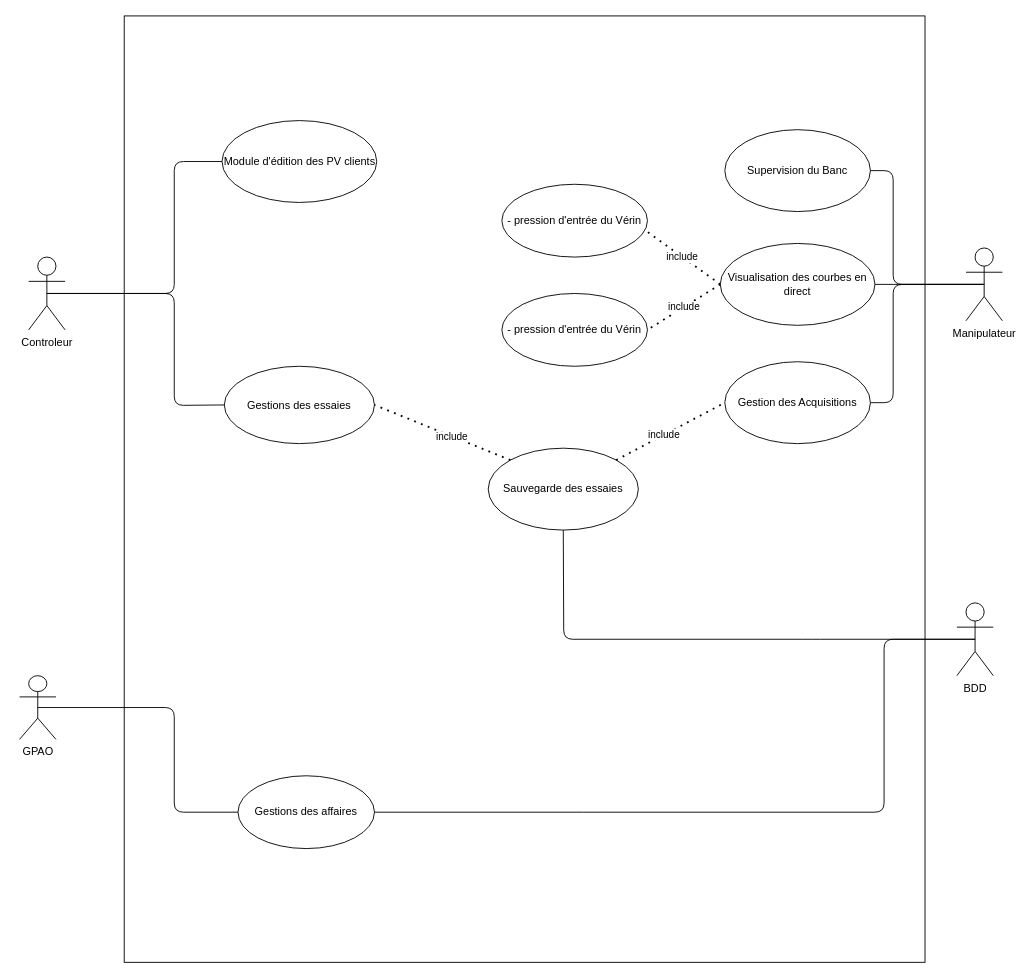
Above: Analyse/diagrammeDUtilisation.drawio in MRCThomas/testDeVerinSurBancHydraulique (draw.io), before the change. Source tidied: cells renumbered, new cells numbered last; positions are measured from the earlier drawing's top-left corner, leaving out a move shared by most shapes. Both pictures are drawn from the tidied source at 91%, with x=0, y=0 at pixel (19, 15).
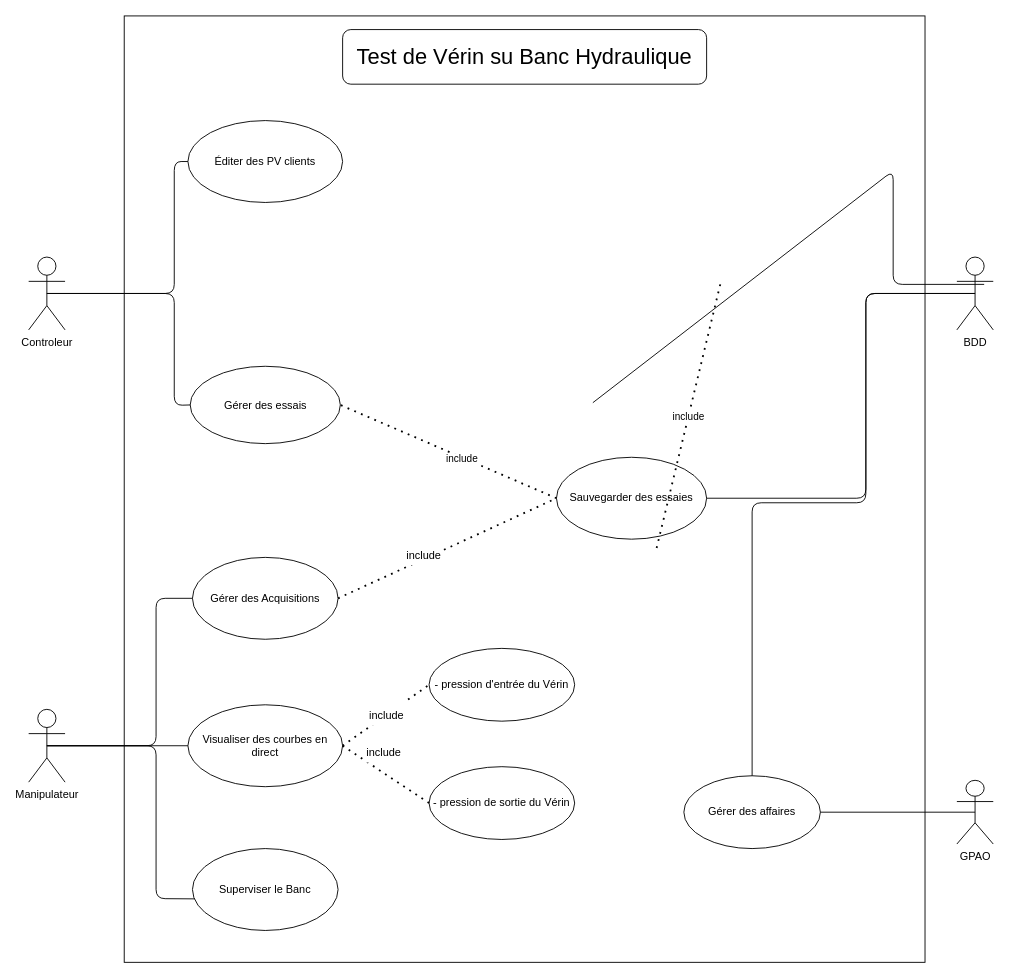
Above is the later version.

Diff of the diagram source:
```diff
@@
     <mxCell id="4" value="GPAO" style="shape=umlActor;verticalLabelPosition=bottom;verticalAlign=top;html=1;outlineConnect=0;" parent="1" vertex="1">
-      <mxGeometry y="725" width="40" height="70" as="geometry" />
+      <mxGeometry x="1030" y="840" width="40" height="70" as="geometry" />
     </mxCell>
     <mxCell id="5" value="BDD&lt;br&gt;" style="shape=umlActor;verticalLabelPosition=bottom;verticalAlign=top;html=1;outlineConnect=0;" parent="1" vertex="1">
-      <mxGeometry x="1030" y="645" width="40" height="80" as="geometry" />
+      <mxGeometry x="1030" y="265" width="40" height="80" as="geometry" />
     </mxCell>
-    <mxCell id="6" value="Supervision du Banc" style="ellipse;whiteSpace=wrap;html=1;" parent="1" vertex="1">
-      <mxGeometry x="775" y="125" width="160" height="90" as="geometry" />
-    </mxCell>
-    <mxCell id="7" value="Visualisation des courbes en direct" style="ellipse;whiteSpace=wrap;html=1;" parent="1" vertex="1">
-      <mxGeometry x="770" y="250" width="170" height="90" as="geometry" />
-    </mxCell>
-    <mxCell id="8" value="Gestions des essaies" style="ellipse;whiteSpace=wrap;html=1;" parent="1" vertex="1">
-      <mxGeometry x="225" y="385" width="165" height="85" as="geometry" />
+    <mxCell id="8" value="Gérer des essais" style="ellipse;whiteSpace=wrap;html=1;" parent="1" vertex="1">
+      <mxGeometry x="187.5" y="385" width="165" height="85" as="geometry" />
     </mxCell>
-    <mxCell id="9" value="Gestions des affaires" style="ellipse;whiteSpace=wrap;html=1;" parent="1" vertex="1">
-      <mxGeometry x="240" y="835" width="150" height="80" as="geometry" />
+    <mxCell id="9" value="Gérer des affaires" style="ellipse;whiteSpace=wrap;html=1;" parent="1" vertex="1">
+      <mxGeometry x="730" y="835" width="150" height="80" as="geometry" />
     </mxCell>
-    <mxCell id="10" value="Gestion des Acquisitions" style="ellipse;whiteSpace=wrap;html=1;" parent="1" vertex="1">
-      <mxGeometry x="775" y="380" width="160" height="90" as="geometry" />
-    </mxCell>
-    <mxCell id="11" value="- pression d'entrée du Vérin" style="ellipse;whiteSpace=wrap;html=1;" parent="1" vertex="1">
-      <mxGeometry x="530" y="185" width="160" height="80" as="geometry" />
-    </mxCell>
-    <mxCell id="12" style="endArrow=none;html=1;entryX=1;entryY=0.5;entryDx=0;entryDy=0;exitX=0.5;exitY=0.5;exitDx=0;exitDy=0;exitPerimeter=0;" parent="1" edge="1" source="5" target="9">
-      <mxGeometry relative="1" as="geometry">
-        <Array as="points">
-          <mxPoint x="950" y="685" />
-          <mxPoint x="950" y="755" />
-          <mxPoint x="950" y="875" />
-          <mxPoint x="630" y="875" />
-        </Array>
-      </mxGeometry>
-    </mxCell>
-    <mxCell id="13" value="Sauvegarde des essaies" style="ellipse;whiteSpace=wrap;html=1;" parent="1" vertex="1">
-      <mxGeometry x="515" y="475" width="165" height="90" as="geometry" />
+    <mxCell id="13" value="Sauvegarder des essaies" style="ellipse;whiteSpace=wrap;html=1;" parent="1" vertex="1">
+      <mxGeometry x="590" y="485" width="165" height="90" as="geometry" />
     </mxCell>
-    <mxCell id="14" style="endArrow=none;dashed=1;html=1;dashPattern=1 3;strokeWidth=2;exitX=0;exitY=0;exitDx=0;exitDy=0;entryX=1;entryY=0.5;entryDx=0;entryDy=0;" parent="1" edge="1" source="13" target="8">
+    <mxCell id="14" style="endArrow=none;dashed=1;html=1;dashPattern=1 3;strokeWidth=2;exitX=0;exitY=0.5;exitDx=0;exitDy=0;entryX=1;entryY=0.5;entryDx=0;entryDy=0;" parent="1" edge="1" source="13" target="8">
       <mxGeometry relative="1" as="geometry" />
     </mxCell>
@@
-    <mxCell id="16" style="endArrow=none;html=1;entryX=0;entryY=0.5;entryDx=0;entryDy=0;exitX=0.5;exitY=0.5;exitDx=0;exitDy=0;exitPerimeter=0;" parent="1" edge="1" source="4" target="9">
-      <mxGeometry relative="1" as="geometry">
-        <Array as="points">
-          <mxPoint x="170" y="760" />
-          <mxPoint x="170" y="875" />
-        </Array>
-      </mxGeometry>
-    </mxCell>
-    <mxCell id="17" value="- pression d'entrée du Vérin" style="ellipse;whiteSpace=wrap;html=1;" parent="1" vertex="1">
-      <mxGeometry x="530" y="305" width="160" height="80" as="geometry" />
-    </mxCell>
-    <mxCell id="18" value="include" style="endArrow=none;dashed=1;html=1;dashPattern=1 3;strokeWidth=2;exitX=0;exitY=0.5;exitDx=0;exitDy=0;entryX=1;entryY=0.5;entryDx=0;entryDy=0;" parent="1" edge="1" source="7" target="17">
-      <mxGeometry relative="1" as="geometry" />
+    <mxCell id="18" value="include" style="endArrow=none;dashed=1;html=1;dashPattern=1 3;strokeWidth=2;exitX=0;exitY=0.5;exitDx=0;exitDy=0;entryX=1;entryY=0.5;entryDx=0;entryDy=0;" parent="1" edge="1">
+      <mxGeometry relative="1" as="geometry">
+        <mxPoint x="770" y="295" as="sourcePoint" />
+        <mxPoint x="700" y="585" as="targetPoint" />
+      </mxGeometry>
     </mxCell>
-    <mxCell id="19" value="Module d'édition des PV clients" style="ellipse;whiteSpace=wrap;html=1;" parent="1" vertex="1">
-      <mxGeometry x="222.5" y="115" width="170" height="90" as="geometry" />
+    <mxCell id="19" value="Éditer des PV clients" style="ellipse;whiteSpace=wrap;html=1;" parent="1" vertex="1">
+      <mxGeometry x="185" y="115" width="170" height="90" as="geometry" />
     </mxCell>
@@
+    <mxCell id="25" style="endArrow=none;html=1;entryX=1;entryY=0.5;entryDx=0;entryDy=0;exitX=0.5;exitY=0.5;exitDx=0;exitDy=0;exitPerimeter=0;" parent="1" edge="1">
+      <mxGeometry relative="1" as="geometry">
+        <mxPoint x="1060" y="295" as="sourcePoint" />
+        <mxPoint x="630" y="425" as="targetPoint" />
+        <Array as="points">
+          <mxPoint x="960" y="295" />
+          <mxPoint x="960" y="170" />
+        </Array>
+      </mxGeometry>
+    </mxCell>
+    <mxCell id="30" value="&lt;font style=&quot;font-size: 24px&quot;&gt;Test de Vérin su Banc Hydraulique&lt;/font&gt;" style="rounded=1;whiteSpace=wrap;html=1;" parent="1" vertex="1">
+      <mxGeometry x="355" y="15" width="400" height="60" as="geometry" />
+    </mxCell>
+    <mxCell id="31" style="endArrow=none;html=1;fontSize=24;exitX=1;exitY=0.5;exitDx=0;exitDy=0;entryX=0.5;entryY=0.5;entryDx=0;entryDy=0;entryPerimeter=0;" parent="1" edge="1" source="9" target="4">
+      <mxGeometry relative="1" as="geometry" />
+    </mxCell>
     <mxCell id="22" value="Manipulateur" style="shape=umlActor;verticalLabelPosition=bottom;verticalAlign=top;html=1;outlineConnect=0;" parent="1" vertex="1">
-      <mxGeometry x="1040" y="255" width="40" height="80" as="geometry" />
+      <mxGeometry x="10" y="762" width="40" height="80" as="geometry" />
     </mxCell>
-    <mxCell id="23" style="endArrow=none;dashed=1;html=1;dashPattern=1 3;strokeWidth=2;exitX=1;exitY=0;exitDx=0;exitDy=0;entryX=0;entryY=0.5;entryDx=0;entryDy=0;" parent="1" edge="1" source="13" target="10">
-      <mxGeometry relative="1" as="geometry" />
-    </mxCell>
-    <mxCell id="24" value="include" style="edgeLabel;html=1;align=center;verticalAlign=middle;" parent="23" vertex="1">
-      <mxGeometry x="-0.13" y="1" relative="1" as="geometry" />
-    </mxCell>
-    <mxCell id="25" style="endArrow=none;html=1;entryX=1;entryY=0.5;entryDx=0;entryDy=0;exitX=0.5;exitY=0.5;exitDx=0;exitDy=0;exitPerimeter=0;" parent="1" edge="1" source="22" target="6">
-      <mxGeometry relative="1" as="geometry">
-        <Array as="points">
-          <mxPoint x="960" y="295" />
-          <mxPoint x="960" y="170" />
-        </Array>
-      </mxGeometry>
-    </mxCell>
-    <mxCell id="26" style="endArrow=none;html=1;entryX=1;entryY=0.5;entryDx=0;entryDy=0;" parent="1" edge="1" target="7">
-      <mxGeometry relative="1" as="geometry">
-        <mxPoint x="1060" y="295" as="sourcePoint" />
-        <Array as="points">
-          <mxPoint x="960" y="295" />
-        </Array>
-      </mxGeometry>
-    </mxCell>
-    <mxCell id="27" style="endArrow=none;html=1;entryX=1;entryY=0.5;entryDx=0;entryDy=0;" parent="1" edge="1" target="10">
-      <mxGeometry relative="1" as="geometry">
-        <mxPoint x="1060" y="295" as="sourcePoint" />
-        <Array as="points">
-          <mxPoint x="960" y="295" />
-          <mxPoint x="960" y="425" />
-        </Array>
-      </mxGeometry>
-    </mxCell>
-    <mxCell id="28" style="endArrow=none;html=1;entryX=0.5;entryY=1;entryDx=0;entryDy=0;exitX=0.5;exitY=0.5;exitDx=0;exitDy=0;exitPerimeter=0;" parent="1" edge="1" source="5" target="13">
-      <mxGeometry relative="1" as="geometry">
-        <Array as="points">
-          <mxPoint x="870" y="685" />
-          <mxPoint x="598" y="685" />
-        </Array>
-      </mxGeometry>
-    </mxCell>
-    <mxCell id="29" value="include" style="endArrow=none;dashed=1;html=1;dashPattern=1 3;strokeWidth=2;exitX=0;exitY=0.5;exitDx=0;exitDy=0;entryX=0.977;entryY=0.621;entryDx=0;entryDy=0;entryPerimeter=0;" parent="1" edge="1" source="7" target="11">
-      <mxGeometry relative="1" as="geometry" />
-    </mxCell>
+    <mxCell id="32" value="Superviser le Banc" style="ellipse;whiteSpace=wrap;html=1;" parent="1" vertex="1">
+      <mxGeometry x="190" y="915" width="160" height="90" as="geometry" />
+    </mxCell>
+    <mxCell id="33" value="Visualiser des courbes en direct" style="ellipse;whiteSpace=wrap;html=1;" parent="1" vertex="1">
+      <mxGeometry x="185" y="757" width="170" height="90" as="geometry" />
+    </mxCell>
+    <mxCell id="34" value="Gérer des Acquisitions" style="ellipse;whiteSpace=wrap;html=1;" parent="1" vertex="1">
+      <mxGeometry x="190" y="595" width="160" height="90" as="geometry" />
+    </mxCell>
+    <mxCell id="35" value="- pression d'entrée du Vérin" style="ellipse;whiteSpace=wrap;html=1;" parent="1" vertex="1">
+      <mxGeometry x="450" y="695" width="160" height="80" as="geometry" />
+    </mxCell>
+    <mxCell id="36" value="- pression de sortie du Vérin" style="ellipse;whiteSpace=wrap;html=1;" parent="1" vertex="1">
+      <mxGeometry x="450" y="825" width="160" height="80" as="geometry" />
+    </mxCell>
+    <mxCell id="37" style="endArrow=none;dashed=1;html=1;dashPattern=1 3;strokeWidth=2;fontSize=24;exitX=1;exitY=0.5;exitDx=0;exitDy=0;entryX=0;entryY=0.5;entryDx=0;entryDy=0;" parent="1" edge="1" source="34" target="13">
+      <mxGeometry relative="1" as="geometry" />
+    </mxCell>
+    <mxCell id="38" value="&lt;font style=&quot;font-size: 12px&quot;&gt;include&lt;/font&gt;" style="edgeLabel;html=1;align=center;verticalAlign=middle;fontSize=24;" parent="37" vertex="1">
+      <mxGeometry x="-0.36" y="-2" relative="1" as="geometry">
+        <mxPoint x="16" y="-18" as="offset" />
+      </mxGeometry>
+    </mxCell>
+    <mxCell id="39" style="endArrow=none;dashed=1;html=1;dashPattern=1 3;strokeWidth=2;fontSize=24;exitX=1;exitY=0.5;exitDx=0;exitDy=0;entryX=0;entryY=0.5;entryDx=0;entryDy=0;" parent="1" edge="1" source="33" target="35">
+      <mxGeometry relative="1" as="geometry" />
+    </mxCell>
+    <mxCell id="40" value="&lt;font style=&quot;font-size: 12px&quot;&gt;include&lt;/font&gt;" style="edgeLabel;html=1;align=center;verticalAlign=middle;fontSize=24;" parent="39" vertex="1">
+      <mxGeometry x="-0.36" y="-2" relative="1" as="geometry">
+        <mxPoint x="16" y="-18" as="offset" />
+      </mxGeometry>
+    </mxCell>
+    <mxCell id="41" style="endArrow=none;dashed=1;html=1;dashPattern=1 3;strokeWidth=2;fontSize=24;exitX=1;exitY=0.5;exitDx=0;exitDy=0;entryX=0;entryY=0.5;entryDx=0;entryDy=0;" parent="1" edge="1" source="33" target="36">
+      <mxGeometry relative="1" as="geometry" />
+    </mxCell>
+    <mxCell id="42" value="&lt;font style=&quot;font-size: 12px&quot;&gt;include&lt;/font&gt;" style="edgeLabel;html=1;align=center;verticalAlign=middle;fontSize=24;" parent="41" vertex="1">
+      <mxGeometry x="-0.36" y="-2" relative="1" as="geometry">
+        <mxPoint x="16" y="-18" as="offset" />
+      </mxGeometry>
+    </mxCell>
+    <mxCell id="43" style="endArrow=none;html=1;fontSize=12;exitX=0.5;exitY=0.5;exitDx=0;exitDy=0;exitPerimeter=0;entryX=0;entryY=0.5;entryDx=0;entryDy=0;" parent="1" edge="1" source="22" target="34">
+      <mxGeometry relative="1" as="geometry">
+        <Array as="points">
+          <mxPoint x="150" y="802" />
+          <mxPoint x="150" y="640" />
+        </Array>
+      </mxGeometry>
+    </mxCell>
+    <mxCell id="44" style="endArrow=none;html=1;fontSize=12;exitX=0.5;exitY=0.5;exitDx=0;exitDy=0;exitPerimeter=0;entryX=0;entryY=0.5;entryDx=0;entryDy=0;" parent="1" edge="1" source="22" target="33">
+      <mxGeometry relative="1" as="geometry" />
+    </mxCell>
+    <mxCell id="45" style="endArrow=none;html=1;fontSize=12;exitX=0.5;exitY=0.5;exitDx=0;exitDy=0;exitPerimeter=0;entryX=0.016;entryY=0.614;entryDx=0;entryDy=0;entryPerimeter=0;" parent="1" edge="1" source="22" target="32">
+      <mxGeometry relative="1" as="geometry">
+        <Array as="points">
+          <mxPoint x="150" y="802" />
+          <mxPoint x="150" y="970" />
+        </Array>
+      </mxGeometry>
+    </mxCell>
+    <mxCell id="46" style="endArrow=none;html=1;fontSize=12;exitX=1;exitY=0.5;exitDx=0;exitDy=0;entryX=0.5;entryY=0.5;entryDx=0;entryDy=0;entryPerimeter=0;" parent="1" edge="1" source="13" target="5">
+      <mxGeometry relative="1" as="geometry">
+        <Array as="points">
+          <mxPoint x="930" y="530" />
+          <mxPoint x="930" y="305" />
+        </Array>
+      </mxGeometry>
+    </mxCell>
+    <mxCell id="47" style="endArrow=none;html=1;fontSize=12;exitX=0.5;exitY=0;exitDx=0;exitDy=0;entryX=0.5;entryY=0.5;entryDx=0;entryDy=0;entryPerimeter=0;" parent="1" edge="1" source="9" target="5">
+      <mxGeometry relative="1" as="geometry">
+        <Array as="points">
+          <mxPoint x="805" y="535" />
+          <mxPoint x="930" y="535" />
+          <mxPoint x="930" y="305" />
+        </Array>
+      </mxGeometry>
+    </mxCell>
```
